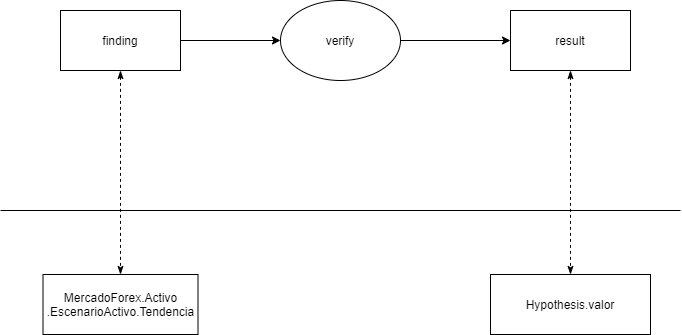
This is practica/imagenes/verify2.png from weltonvs/DSI, a draw.io export, as it was before one commit. Source tidied: cells renumbered, new cells last; positions are measured from the earlier drawing's top-left corner, leaving out a move shared by most shapes.
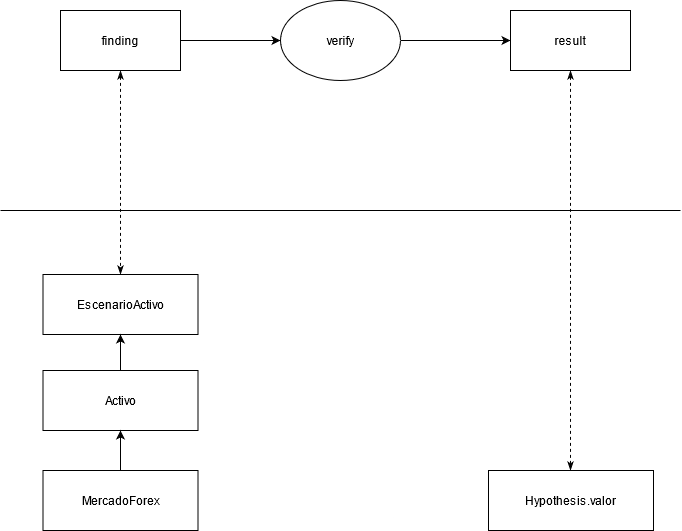
Above is the later version.

What changed in the source:
```diff
@@ -29,9 +29,9 @@
       <mxGeometry x="510" y="10" width="120" height="60" as="geometry" />
     </mxCell>
     <mxCell id="9" value="Hypothesis.valor" style="whiteSpace=wrap;html=1;" parent="1" vertex="1">
-      <mxGeometry x="490" y="274" width="160" height="60" as="geometry" />
+      <mxGeometry x="488" y="470" width="165" height="60" as="geometry" />
     </mxCell>
-    <mxCell id="10" value="MercadoForex.Activo&lt;br&gt;.EscenarioActivo.Tendencia" style="rounded=0;whiteSpace=wrap;html=1;" parent="1" vertex="1">
+    <mxCell id="10" value="EscenarioActivo" style="rounded=0;whiteSpace=wrap;html=1;" parent="1" vertex="1">
       <mxGeometry x="42.5" y="274" width="155" height="60" as="geometry" />
     </mxCell>
     <mxCell id="11" style="endArrow=none;html=1;strokeWidth=1;jumpSize=6;" parent="1" edge="1">
@@ -40,5 +40,17 @@
         <mxPoint x="680" y="210" as="targetPoint" />
       </mxGeometry>
     </mxCell>
+    <mxCell id="12" style="edgeStyle=orthogonalEdgeStyle;rounded=0;jettySize=auto;html=1;exitX=0.5;exitY=0;exitDx=0;exitDy=0;entryX=0.5;entryY=1;entryDx=0;entryDy=0;" parent="1" edge="1" source="13" target="10">
+      <mxGeometry relative="1" as="geometry" />
+    </mxCell>
+    <mxCell id="13" value="Activo" style="rounded=0;whiteSpace=wrap;html=1;" parent="1" vertex="1">
+      <mxGeometry x="42.5" y="370" width="155" height="60" as="geometry" />
+    </mxCell>
+    <mxCell id="14" style="edgeStyle=orthogonalEdgeStyle;rounded=0;jettySize=auto;html=1;exitX=0.5;exitY=0;exitDx=0;exitDy=0;entryX=0.5;entryY=1;entryDx=0;entryDy=0;" parent="1" edge="1" source="15" target="13">
+      <mxGeometry relative="1" as="geometry" />
+    </mxCell>
+    <mxCell id="15" value="MercadoForex" style="rounded=0;whiteSpace=wrap;html=1;" parent="1" vertex="1">
+      <mxGeometry x="42.5" y="470" width="155" height="60" as="geometry" />
+    </mxCell>
   </root>
 </mxGraphModel>
```
